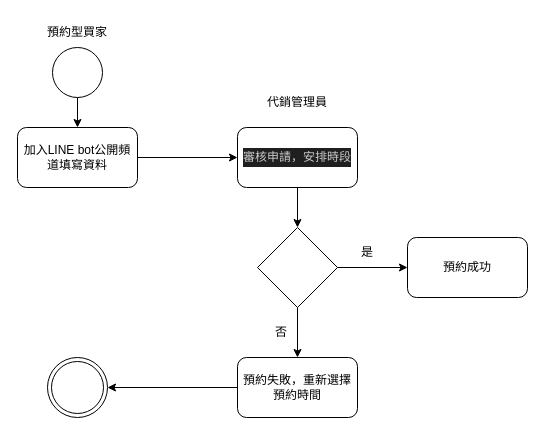
Above: page "第6頁" (6 of 6) of answer.drawio in YaXun1103/112-2Mid (draw.io), before the change. Source tidied: cells renumbered, new cells numbered last; positions are measured from the earlier drawing's top-left corner, leaving out a move shared by most shapes. Both pictures are drawn from the tidied source at 100%, with x=0, y=0 at pixel (17, 17).
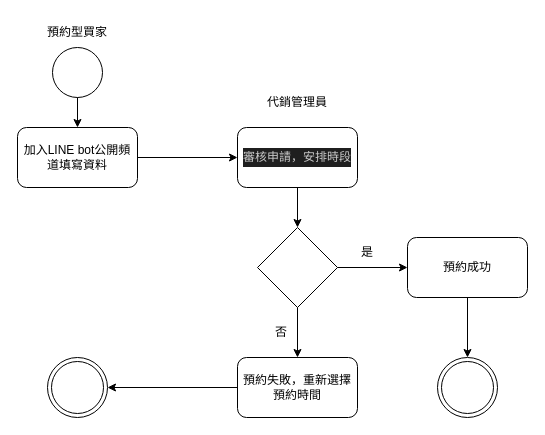
The same page after the edit.

The change refers to these unchanged cells:
```xml
<mxCell id="12" value="預約成功" style="rounded=1;whiteSpace=wrap;html=1;fontFamily=Helvetica;fontSize=12;fillColor=none;" parent="1" vertex="1">
  <mxGeometry x="390" y="220" width="120" height="60" as="geometry" />
</mxCell>
```

The edit, as a diff of the source:
```diff
@@
+    <mxCell id="19" style="edgeStyle=none;html=1;entryX=0.5;entryY=0;entryDx=0;entryDy=0;fontFamily=Helvetica;fontSize=12;" parent="1" edge="1" source="12" target="20">
+      <mxGeometry relative="1" as="geometry" />
+    </mxCell>
@@
+    <mxCell id="20" style="ellipse;shape=doubleEllipse;whiteSpace=wrap;html=1;fontFamily=Helvetica;fontSize=12;fillColor=none;" parent="1" vertex="1">
+      <mxGeometry x="420" y="340" width="60" height="60" as="geometry" />
+    </mxCell>
```
